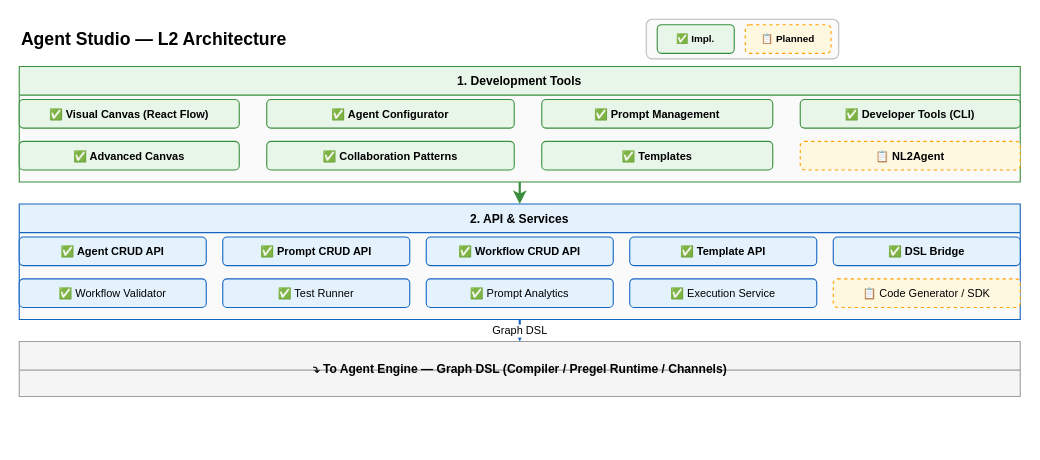
This is docs/design/hardware/agent-studio-l2.drawio from xueyufish/hecate, a draw.io file, before an edit. Source tidied: cells renumbered, new cells numbered last; positions are measured from the earlier drawing's top-left corner, leaving out a move shared by most shapes. Both pictures are drawn from the tidied source at 110%, with x=0, y=0 at pixel (19, 19).
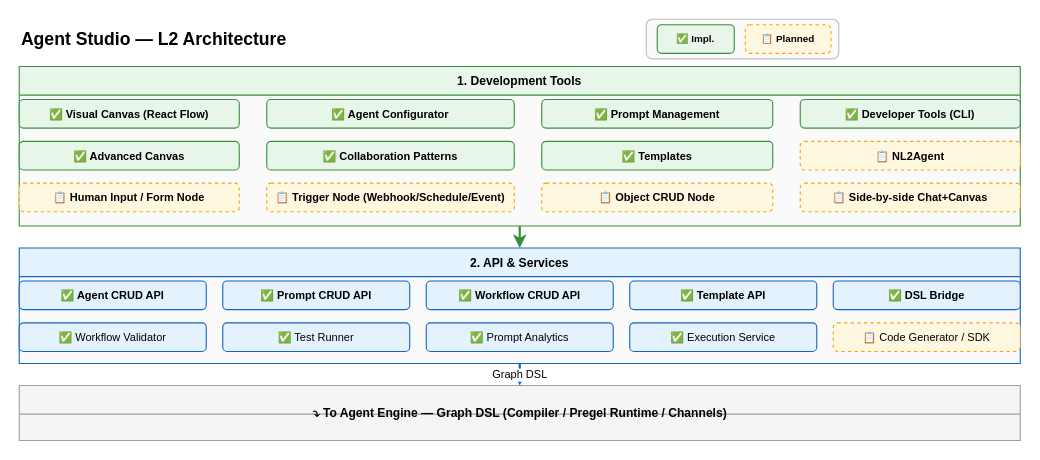
Above is the later version.

What changed in the source:
```diff
@@
     <mxCell id="6" value="1. Development Tools" style="swimlane;startSize=26;fillColor=#E8F5E9;strokeColor=#388E3C;fontSize=11;fontStyle=1;swimlaneFillColor=#FAFAFA;" parent="1" vertex="1">
-      <mxGeometry y="43" width="910" height="105" as="geometry" />
+      <mxGeometry y="43" width="910" height="145" as="geometry" />
     </mxCell>
@@
+    <mxCell id="30" value="📋 Human Input / Form Node" style="rounded=1;whiteSpace=wrap;html=1;fillColor=#FFF8E1;strokeColor=#FFA000;fontSize=10;fontStyle=1;dashed=1;" parent="6" vertex="1">
+      <mxGeometry y="106" width="200" height="26" as="geometry" />
+    </mxCell>
+    <mxCell id="31" value="📋 Trigger Node (Webhook/Schedule/Event)" style="rounded=1;whiteSpace=wrap;html=1;fillColor=#FFF8E1;strokeColor=#FFA000;fontSize=10;fontStyle=1;dashed=1;" parent="6" vertex="1">
+      <mxGeometry x="225" y="106" width="225" height="26" as="geometry" />
+    </mxCell>
+    <mxCell id="32" value="📋 Object CRUD Node" style="rounded=1;whiteSpace=wrap;html=1;fillColor=#FFF8E1;strokeColor=#FFA000;fontSize=10;fontStyle=1;dashed=1;" parent="6" vertex="1">
+      <mxGeometry x="475" y="106" width="210" height="26" as="geometry" />
+    </mxCell>
+    <mxCell id="33" value="📋 Side-by-side Chat+Canvas" style="rounded=1;whiteSpace=wrap;html=1;fillColor=#FFF8E1;strokeColor=#FFA000;fontSize=10;fontStyle=1;dashed=1;" parent="6" vertex="1">
+      <mxGeometry x="710" y="106" width="200" height="26" as="geometry" />
+    </mxCell>
     <mxCell id="15" value="2. API &amp; Services" style="swimlane;startSize=26;fillColor=#E3F2FD;strokeColor=#1565C0;fontSize=11;fontStyle=1;swimlaneFillColor=#FAFAFA;" parent="1" vertex="1">
-      <mxGeometry y="168" width="910" height="105" as="geometry" />
+      <mxGeometry y="208" width="910" height="105" as="geometry" />
     </mxCell>
@@
     <mxCell id="26" style="swimlane;startSize=26;fillColor=#F5F5F5;strokeColor=#9E9E9E;fontSize=11;fontStyle=1;swimlaneFillColor=#F5F5F5;" parent="1" vertex="1">
-      <mxGeometry y="293" width="910" height="50" as="geometry" />
+      <mxGeometry y="333" width="910" height="50" as="geometry" />
     </mxCell>
```
